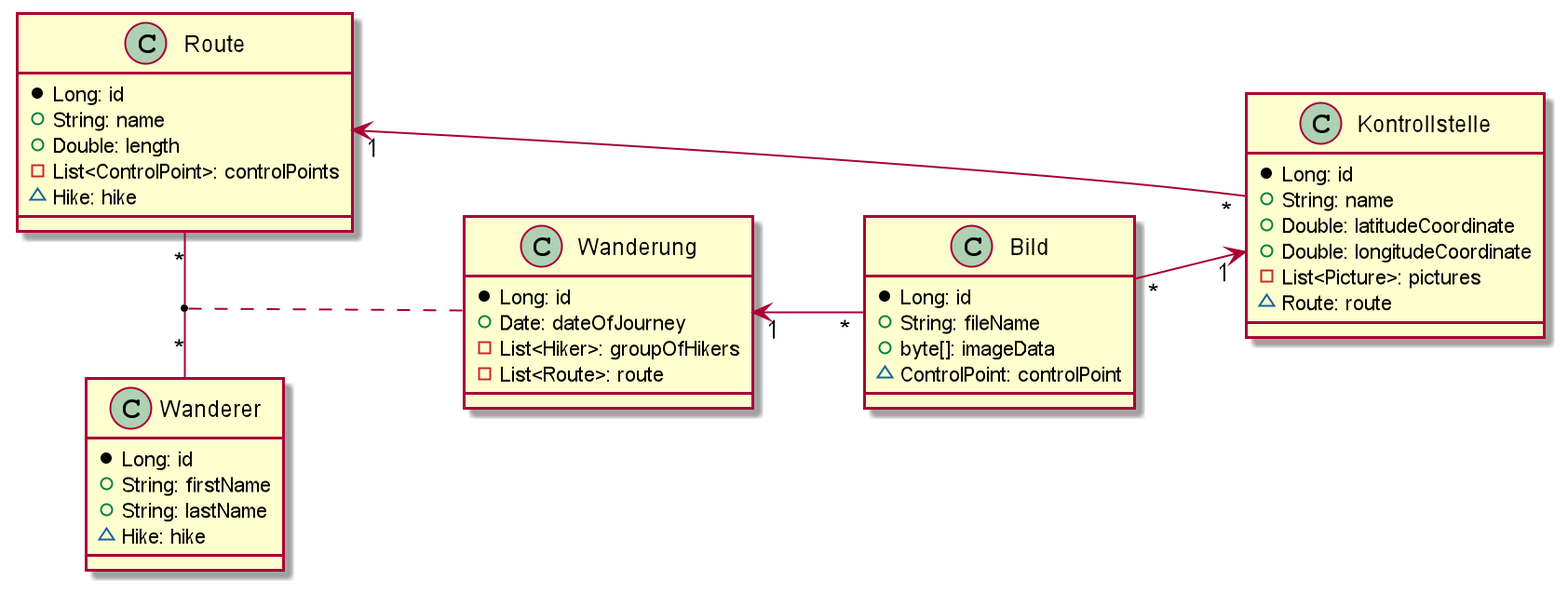
Before: asciidocs/images/uml.png, a diagram exported from PlantUML (htl-leonding-project/primeval-forest-route). Its diagram source:
```plantuml
@startuml
left to right direction
class Kontrollstelle {
    * Long: id
    + String: name
    + Double: latitudeCoordinate
    + Double: longitudeCoordinate
    - List<Picture>: pictures
    ~ Route: route
}

class Route {
    * Long: id
    + String: name
    + Double: length
    - List<ControlPoint>: controlPoints
    ~ Hike: hike
}

class Wanderung {
    * Long: id
    + Date: dateOfJourney
    - List<Hiker>: groupOfHikers
    - List<Route>: route
}

class Wanderer {
    * Long: id
    + String: firstName
    + String: lastName
    ~ Hike: hike
}

class Bild {
    * Long: id
    + String: fileName
    + byte[]: imageData
    ~ ControlPoint: controlPoint
}

Bild "*" --> "1" Kontrollstelle

Kontrollstelle "*" --> "1" Route

Route "*" - "*" Wanderer
(Route, Wanderer) .. Wanderung


Wanderung "1" <-- "*" Bild
@enduml
```
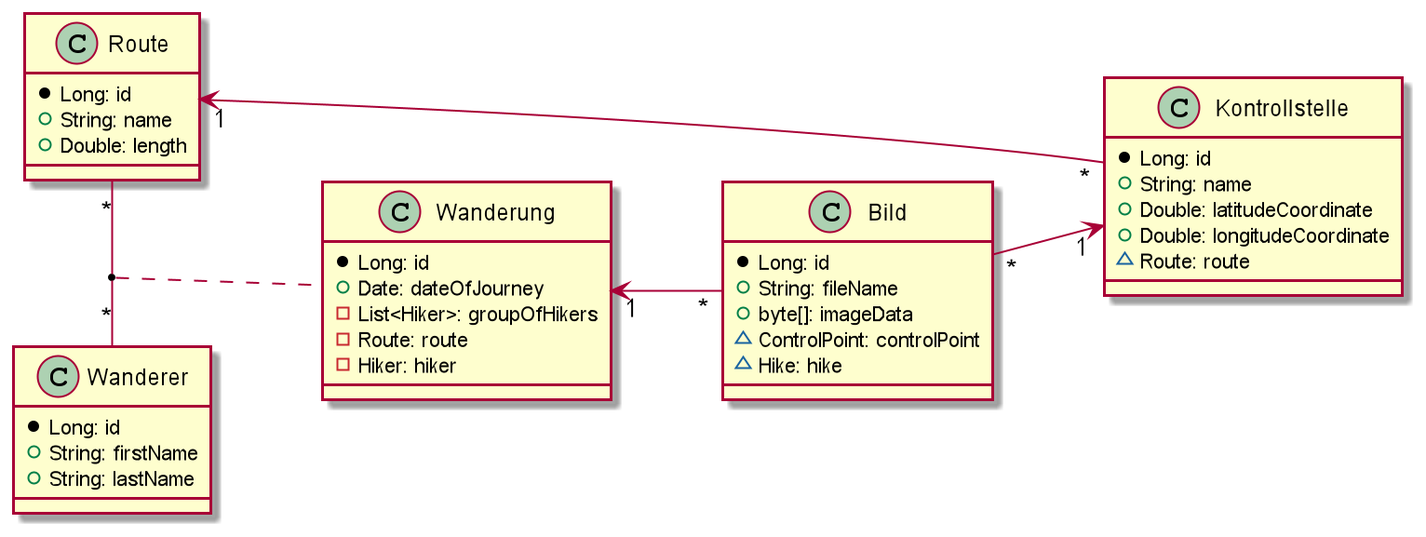
The same file after the commit.

Commit message:
kalinke - uml diagram updated

The edit, as a diff of the source:
```diff
@@ -5,7 +5,6 @@
     + String: name
     + Double: latitudeCoordinate
     + Double: longitudeCoordinate
-    - List<Picture>: pictures
     ~ Route: route
 }
 
@@ -13,22 +12,20 @@
     * Long: id
     + String: name
     + Double: length
-    - List<ControlPoint>: controlPoints
-    ~ Hike: hike
 }
 
 class Wanderung {
     * Long: id
     + Date: dateOfJourney
     - List<Hiker>: groupOfHikers
-    - List<Route>: route
+    - Route: route
+    - Hiker: hiker
 }
 
 class Wanderer {
     * Long: id
     + String: firstName
     + String: lastName
-    ~ Hike: hike
 }
 
 class Bild {
@@ -36,6 +33,7 @@
     + String: fileName
     + byte[]: imageData
     ~ ControlPoint: controlPoint
+    ~ Hike: hike
 }
 
 Bild "*" --> "1" Kontrollstelle
```
